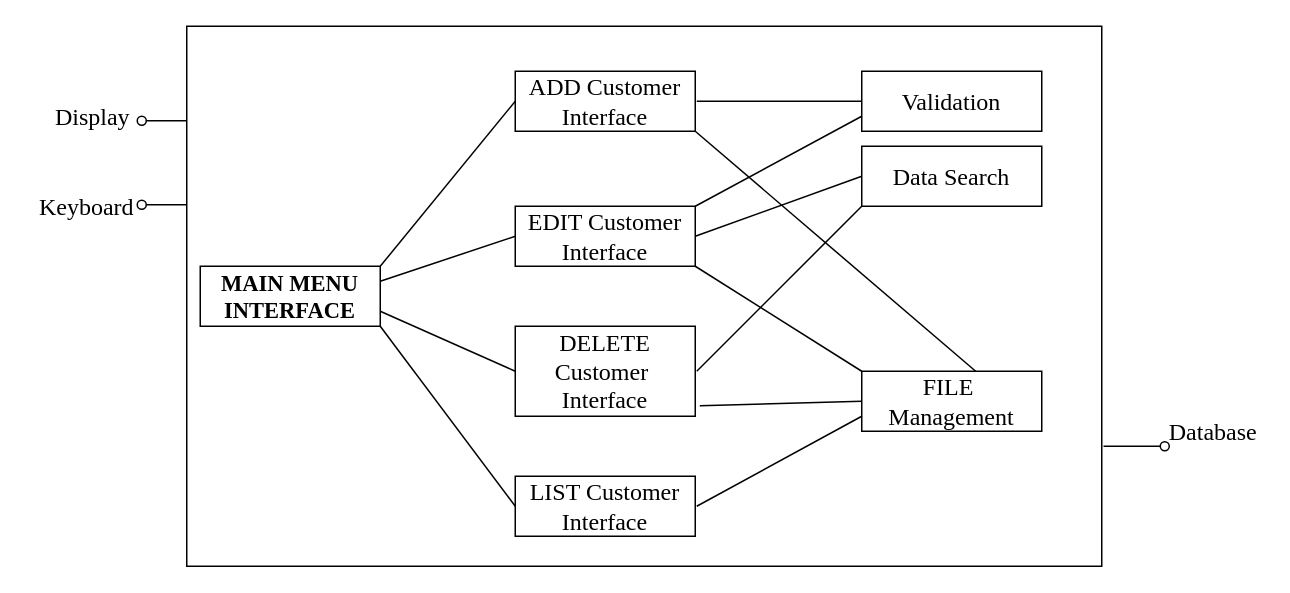
francis-job/jarvis keeps this draw.io diagram as Untitled Diagram.drawio. Above is the earlier version. Source tidied: cells renumbered, new cells numbered last; positions are measured from the earlier drawing's top-left corner, leaving out a move shared by most shapes. Both pictures are drawn from the tidied source at 150%, with x=0, y=0 at pixel (26, 26).
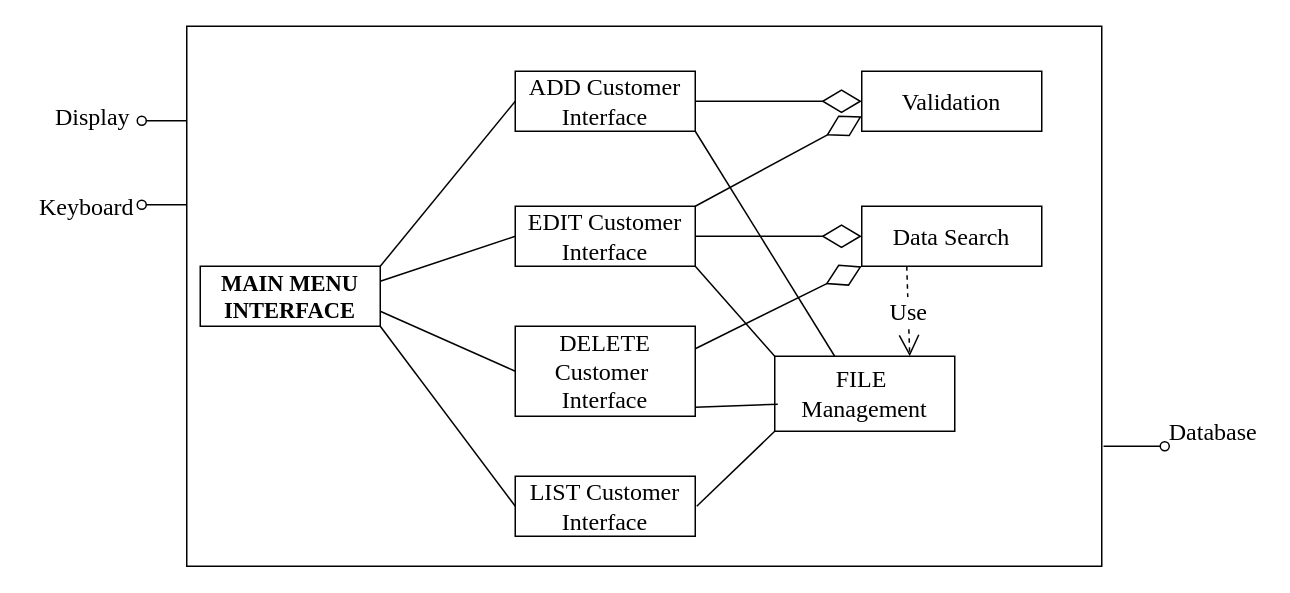
The same page after the edit.

Commit message:
class_view_monica

Unchanged cells that the change refers to:
```xml
<mxCell id="4" value="ADD Customer&lt;br&gt;Interface" style="rounded=0;whiteSpace=wrap;html=1;fontFamily=Times New Roman;fontSize=16;" parent="1" vertex="1">
  <mxGeometry x="326" y="30" width="120" height="40" as="geometry" />
</mxCell>
<mxCell id="5" value="&lt;font style=&quot;font-size: 16px&quot;&gt;EDIT Customer&lt;br&gt;Interface&lt;/font&gt;" style="rounded=0;whiteSpace=wrap;html=1;fontFamily=Times New Roman;" parent="1" vertex="1">
  <mxGeometry x="326" y="120" width="120" height="40" as="geometry" />
</mxCell>
<mxCell id="7" value="&lt;font style=&quot;font-size: 16px&quot;&gt;DELETE Customer&amp;nbsp;&lt;br&gt;Interface&lt;/font&gt;" style="rounded=0;whiteSpace=wrap;html=1;fontFamily=Times New Roman;" parent="1" vertex="1">
  <mxGeometry x="326" y="200" width="120" height="60" as="geometry" />
</mxCell>
<mxCell id="8" value="Validation" style="rounded=0;whiteSpace=wrap;html=1;fontFamily=Times New Roman;fontSize=16;" parent="1" vertex="1">
  <mxGeometry x="557" y="30" width="120" height="40" as="geometry" />
</mxCell>
```

Diff of the diagram source:
```diff
@@
     <mxCell id="9" value="Data Search" style="rounded=0;whiteSpace=wrap;html=1;fontFamily=Times New Roman;fontSize=16;" parent="1" vertex="1">
-      <mxGeometry x="557" y="80" width="120" height="40" as="geometry" />
+      <mxGeometry x="557" y="120" width="120" height="40" as="geometry" />
     </mxCell>
     <mxCell id="10" value="FILE&amp;nbsp; Management" style="rounded=0;whiteSpace=wrap;html=1;fontFamily=Times New Roman;fontSize=16;" parent="1" vertex="1">
-      <mxGeometry x="557" y="230" width="120" height="40" as="geometry" />
+      <mxGeometry x="499" y="220" width="120" height="50" as="geometry" />
     </mxCell>
@@
-    <mxCell id="15" style="endArrow=none;html=1;fontFamily=Times New Roman;fontSize=16;exitX=0;exitY=0.5;exitDx=0;exitDy=0;" parent="1" edge="1" source="8">
-      <mxGeometry relative="1" as="geometry">
-        <mxPoint x="447" y="50" as="targetPoint" />
-      </mxGeometry>
-    </mxCell>
-    <mxCell id="16" style="endArrow=none;html=1;fontFamily=Times New Roman;fontSize=16;entryX=0;entryY=0.75;entryDx=0;entryDy=0;exitX=1;exitY=0;exitDx=0;exitDy=0;" parent="1" edge="1" source="5" target="8">
-      <mxGeometry relative="1" as="geometry" />
-    </mxCell>
-    <mxCell id="17" style="endArrow=none;html=1;fontFamily=Times New Roman;fontSize=16;exitX=0;exitY=0.5;exitDx=0;exitDy=0;entryX=1;entryY=0.5;entryDx=0;entryDy=0;" parent="1" edge="1" source="9" target="5">
-      <mxGeometry relative="1" as="geometry" />
-    </mxCell>
-    <mxCell id="18" style="endArrow=none;html=1;fontFamily=Times New Roman;fontSize=16;entryX=0;entryY=1;entryDx=0;entryDy=0;" parent="1" edge="1" target="9">
-      <mxGeometry relative="1" as="geometry">
-        <mxPoint x="447" y="230" as="sourcePoint" />
-      </mxGeometry>
-    </mxCell>
-    <mxCell id="19" style="endArrow=none;html=1;fontFamily=Times New Roman;fontSize=16;entryX=0;entryY=0.75;entryDx=0;entryDy=0;" parent="1" edge="1" target="10">
+    <mxCell id="19" style="endArrow=none;html=1;fontFamily=Times New Roman;fontSize=16;entryX=0;entryY=1;entryDx=0;entryDy=0;" parent="1" edge="1" target="10">
       <mxGeometry relative="1" as="geometry">
         <mxPoint x="447" y="320" as="sourcePoint" />
       </mxGeometry>
     </mxCell>
@@
-    <mxCell id="26" style="endArrow=none;html=1;fontFamily=Times New Roman;fontSize=16;entryX=1;entryY=1;entryDx=0;entryDy=0;exitX=0.633;exitY=0;exitDx=0;exitDy=0;exitPerimeter=0;" parent="1" edge="1" source="10" target="4">
+    <mxCell id="26" style="endArrow=none;html=1;fontFamily=Times New Roman;fontSize=16;entryX=1;entryY=1;entryDx=0;entryDy=0;exitX=0.333;exitY=0;exitDx=0;exitDy=0;exitPerimeter=0;" parent="1" edge="1" source="10" target="4">
       <mxGeometry relative="1" as="geometry" />
     </mxCell>
@@
-    <mxCell id="28" style="endArrow=none;html=1;fontFamily=Times New Roman;fontSize=16;exitX=0;exitY=0.5;exitDx=0;exitDy=0;entryX=1.025;entryY=0.883;entryDx=0;entryDy=0;entryPerimeter=0;" parent="1" edge="1" source="10" target="7">
+    <mxCell id="28" style="endArrow=none;html=1;fontFamily=Times New Roman;fontSize=16;exitX=0.017;exitY=0.64;exitDx=0;exitDy=0;entryX=1;entryY=0.9;entryDx=0;entryDy=0;entryPerimeter=0;exitPerimeter=0;" parent="1" edge="1" source="10" target="7">
       <mxGeometry relative="1" as="geometry" />
     </mxCell>
+    <mxCell id="29" style="endArrow=diamondThin;endFill=0;endSize=24;html=1;fontFamily=Times New Roman;fontSize=16;entryX=0;entryY=0.5;entryDx=0;entryDy=0;exitX=1;exitY=0.5;exitDx=0;exitDy=0;" parent="1" edge="1" source="4" target="8">
+      <mxGeometry relative="1" as="geometry" />
+    </mxCell>
+    <mxCell id="16" style="endArrow=diamondThin;endFill=0;endSize=24;html=1;fontFamily=Times New Roman;fontSize=16;entryX=0;entryY=0.75;entryDx=0;entryDy=0;exitX=1;exitY=0;exitDx=0;exitDy=0;" parent="1" edge="1" source="5" target="8">
+      <mxGeometry relative="1" as="geometry" />
+    </mxCell>
+    <mxCell id="30" style="endArrow=diamondThin;endFill=0;endSize=24;html=1;fontFamily=Times New Roman;fontSize=16;entryX=0;entryY=0.5;entryDx=0;entryDy=0;exitX=1;exitY=0.5;exitDx=0;exitDy=0;" parent="1" edge="1" source="5" target="9">
+      <mxGeometry relative="1" as="geometry" />
+    </mxCell>
+    <mxCell id="31" style="endArrow=diamondThin;endFill=0;endSize=24;html=1;fontFamily=Times New Roman;fontSize=16;entryX=0;entryY=1;entryDx=0;entryDy=0;exitX=1;exitY=0.25;exitDx=0;exitDy=0;" parent="1" edge="1" source="7" target="9">
+      <mxGeometry relative="1" as="geometry" />
+    </mxCell>
+    <mxCell id="32" value="Use" style="endArrow=open;endSize=12;dashed=1;html=1;fontFamily=Times New Roman;fontSize=16;exitX=0.25;exitY=1;exitDx=0;exitDy=0;entryX=0.75;entryY=0;entryDx=0;entryDy=0;" parent="1" edge="1" source="9" target="10">
+      <mxGeometry relative="1" as="geometry" />
+    </mxCell>
```
